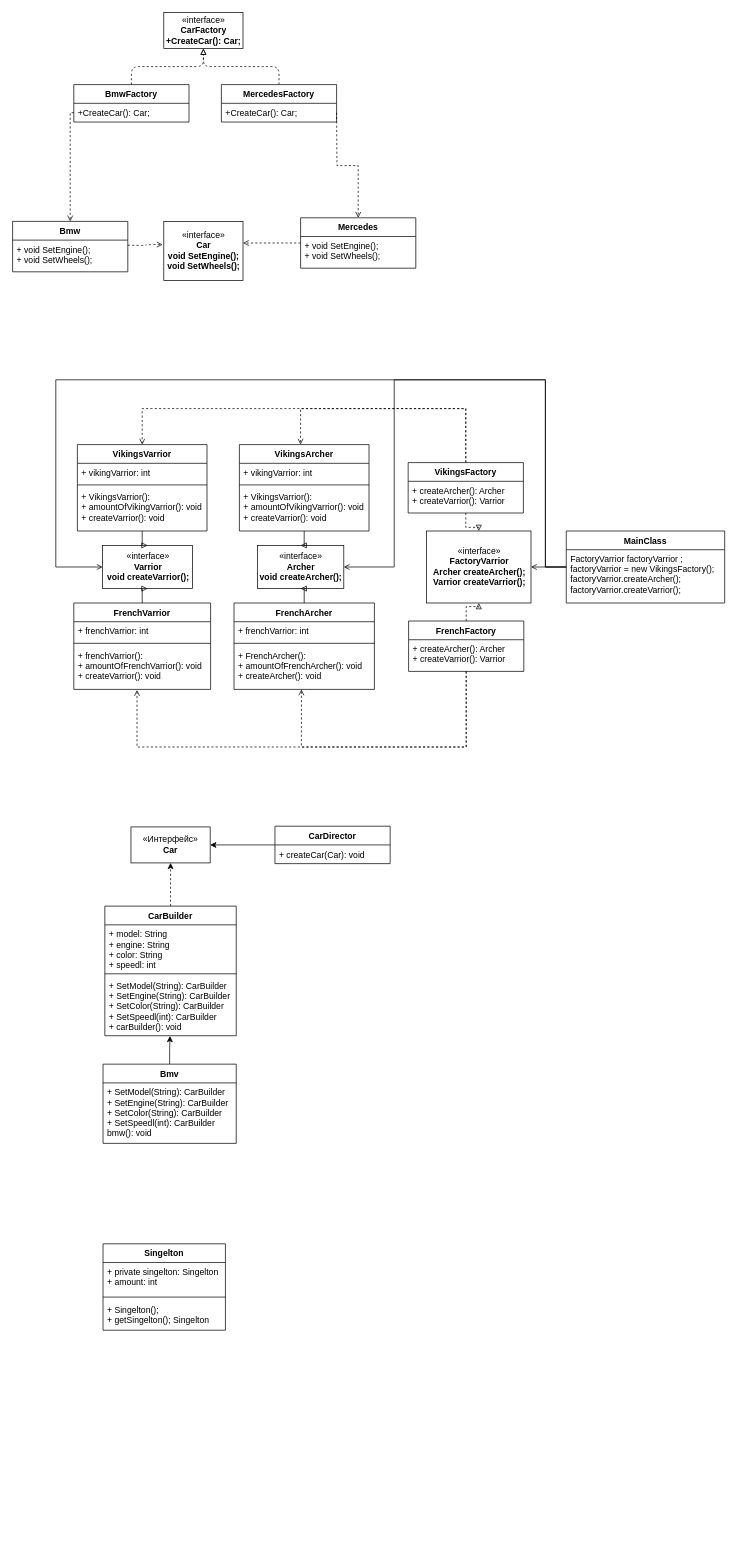
Before: Untitled Diagram.drawio in antonshikalyov/Diagram-patterns-, a draw.io diagram. Source tidied: cells renumbered, new cells numbered last; positions are measured from the earlier drawing's top-left corner, leaving out a move shared by most shapes. Both pictures are drawn from the tidied source at 72%, with x=0, y=0 at pixel (12, 12).
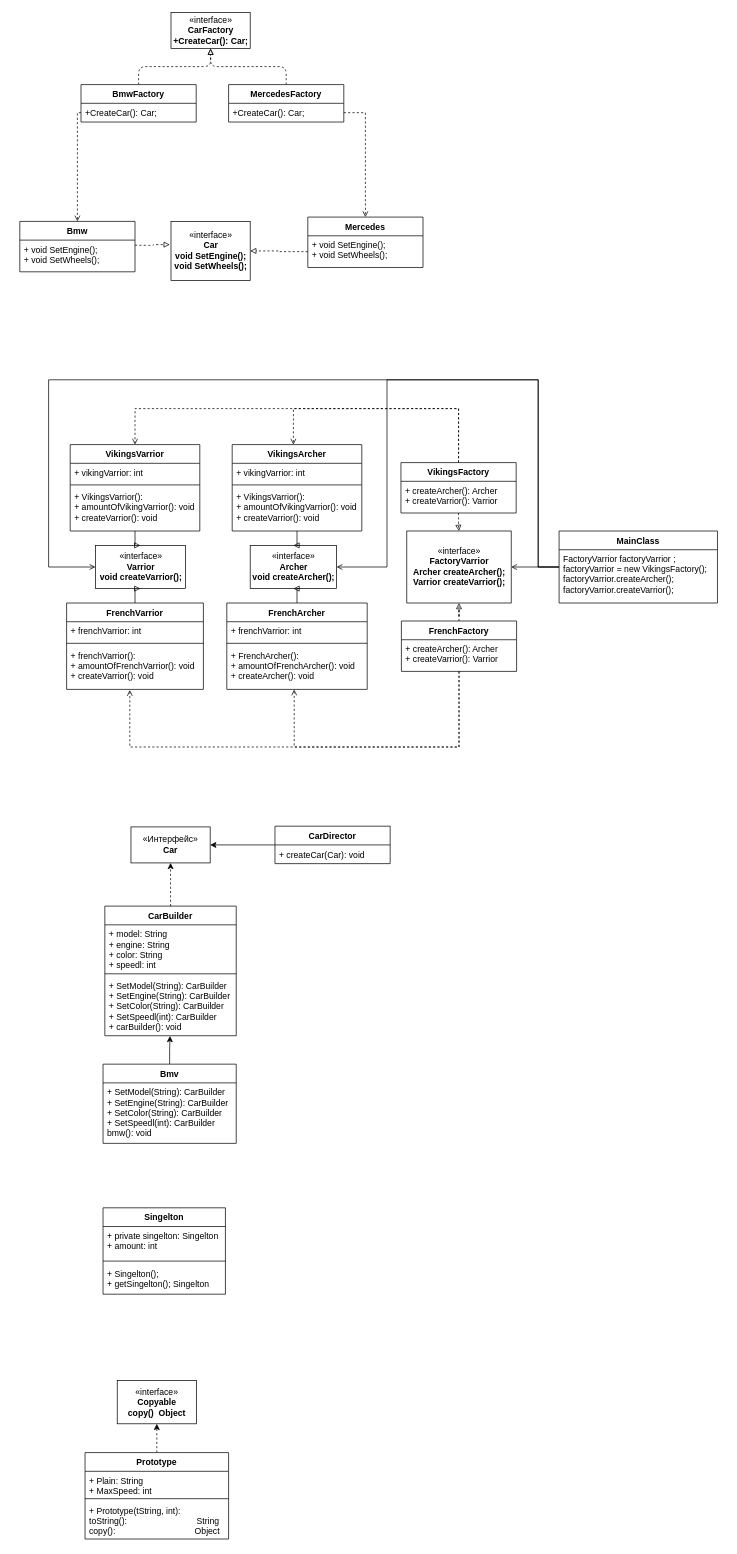
After the change.

The change refers to these unchanged cells:
```xml
<mxCell id="12" value="«interface»&lt;br&gt;&lt;b&gt;Car&lt;br&gt;void SetEngine();&lt;br&gt;&lt;/b&gt;&lt;b&gt;void SetWheels();&lt;br&gt;&lt;/b&gt;" style="html=1;" parent="2" vertex="1">
  <mxGeometry x="150" y="290" width="110" height="82" as="geometry" />
</mxCell>
<mxCell id="17" value="+ void SetEngine();&#10;+ void SetWheels();" style="text;strokeColor=none;fillColor=none;align=left;verticalAlign=top;spacingLeft=4;spacingRight=4;overflow=hidden;points=[[0,0.5],[1,0.5]];portConstraint=eastwest;" parent="16" vertex="1">
  <mxGeometry y="26" width="160" height="44" as="geometry" />
</mxCell>
```

Change to the diagram source:
```diff
@@
     <mxCell id="2" style="group;" parent="1" vertex="1">
-      <mxGeometry x="60" width="560" height="430" as="geometry" />
+      <mxGeometry x="70" width="560" height="430" as="geometry" />
     </mxCell>
@@
-    <mxCell id="13" style="edgeStyle=orthogonalEdgeStyle;rounded=1;jettySize=auto;html=1;entryX=-0.015;entryY=0.393;entryDx=0;entryDy=0;entryPerimeter=0;dashed=1;endArrow=open;endFill=0;" parent="2" edge="1" target="12">
+    <mxCell id="13" style="edgeStyle=orthogonalEdgeStyle;rounded=1;jettySize=auto;html=1;entryX=-0.015;entryY=0.393;entryDx=0;entryDy=0;entryPerimeter=0;dashed=1;endArrow=block;endFill=0;" parent="2" edge="1" target="12">
       <mxGeometry relative="1" as="geometry">
         <mxPoint x="100" y="323" as="sourcePoint" />
       </mxGeometry>
     </mxCell>
     <mxCell id="14" style="edgeStyle=orthogonalEdgeStyle;rounded=0;jettySize=auto;html=1;dashed=1;endArrow=open;endFill=0;" parent="2" edge="1" target="16">
       <mxGeometry relative="1" as="geometry">
         <mxPoint x="390" y="139" as="sourcePoint" />
+        <Array as="points">
+          <mxPoint x="420" y="139" />
+        </Array>
       </mxGeometry>
     </mxCell>
@@
     <mxCell id="16" value="Mercedes" style="swimlane;fontStyle=1;align=center;verticalAlign=top;horizontal=1;startSize=26;" parent="2" vertex="1">
-      <mxGeometry x="340" y="285" width="160" height="70" as="geometry" />
+      <mxGeometry x="340" y="284" width="160" height="70" as="geometry" />
     </mxCell>
@@
+    <mxCell id="75" style="edgeStyle=orthogonalEdgeStyle;rounded=0;jettySize=auto;html=1;dashed=1;endArrow=block;endFill=0;" parent="2" edge="1" source="17" target="12">
+      <mxGeometry relative="1" as="geometry" />
+    </mxCell>
@@
     <mxCell id="31" value="Singelton" style="swimlane;fontStyle=1;align=center;verticalAlign=top;horizontal=1;startSize=26;" parent="1" vertex="1">
-      <mxGeometry x="125.6" y="1710" width="170" height="120" as="geometry" />
+      <mxGeometry x="125.6" y="1660" width="170" height="120" as="geometry" />
     </mxCell>
@@
     <mxCell id="35" style="group;" parent="1" vertex="1">
-      <mxGeometry x="60" y="510" width="929" height="510" as="geometry" />
+      <mxGeometry x="50" y="510" width="929" height="510" as="geometry" />
     </mxCell>
@@
     <mxCell id="58" value="«interface»&lt;br&gt;&lt;b&gt;FactoryVarrior&lt;br&gt;Archer createArcher();&lt;br&gt;Varrior createVarrior();&lt;br&gt;&lt;/b&gt;" style="html=1;" parent="35" vertex="1">
-      <mxGeometry x="515" y="210" width="145" height="100" as="geometry" />
+      <mxGeometry x="497.5" y="210" width="145" height="100" as="geometry" />
     </mxCell>
@@
-    <mxCell id="74" style="edgeStyle=orthogonalEdgeStyle;rounded=0;jettySize=auto;html=1;dashed=1;endArrow=open;endFill=0;" parent="1" edge="1" source="16">
-      <mxGeometry relative="1" as="geometry">
-        <mxPoint x="320" y="320" as="targetPoint" />
-      </mxGeometry>
-    </mxCell>
+    <mxCell id="76" value="«interface»&lt;br&gt;&lt;b&gt;Copyable&lt;br&gt;copy()&amp;nbsp; Object&lt;br&gt;&lt;/b&gt;" style="html=1;" parent="1" vertex="1">
+      <mxGeometry x="145.3" y="1900" width="110" height="60" as="geometry" />
+    </mxCell>
+    <mxCell id="77" style="edgeStyle=orthogonalEdgeStyle;rounded=0;jettySize=auto;html=1;dashed=1;endArrow=classic;endFill=1;" parent="1" edge="1" source="78" target="76">
+      <mxGeometry relative="1" as="geometry" />
+    </mxCell>
+    <mxCell id="78" value="Prototype" style="swimlane;fontStyle=1;align=center;verticalAlign=top;horizontal=1;startSize=26;" parent="1" vertex="1">
+      <mxGeometry x="100.6" y="2000" width="199.4" height="120" as="geometry" />
+    </mxCell>
+    <mxCell id="79" value="+ Plain: String&#10;+ MaxSpeed: int" style="text;strokeColor=none;fillColor=none;align=left;verticalAlign=top;spacingLeft=4;spacingRight=4;overflow=hidden;" parent="78" vertex="1">
+      <mxGeometry y="26" width="199.4" height="34" as="geometry" />
+    </mxCell>
+    <mxCell id="80" style="line;strokeWidth=1;fillColor=none;align=left;verticalAlign=middle;spacingTop=-1;spacingLeft=3;spacingRight=3;labelPosition=right;" parent="78" vertex="1">
+      <mxGeometry y="60" width="199.4" height="8" as="geometry" />
+    </mxCell>
+    <mxCell id="81" value="+ Prototype(tString, int):  &#10;toString():                             String&#10;copy():                                 Object" style="text;strokeColor=none;fillColor=none;align=left;verticalAlign=top;spacingLeft=4;spacingRight=4;overflow=hidden;" parent="78" vertex="1">
+      <mxGeometry y="68" width="199.4" height="52" as="geometry" />
+    </mxCell>
```
